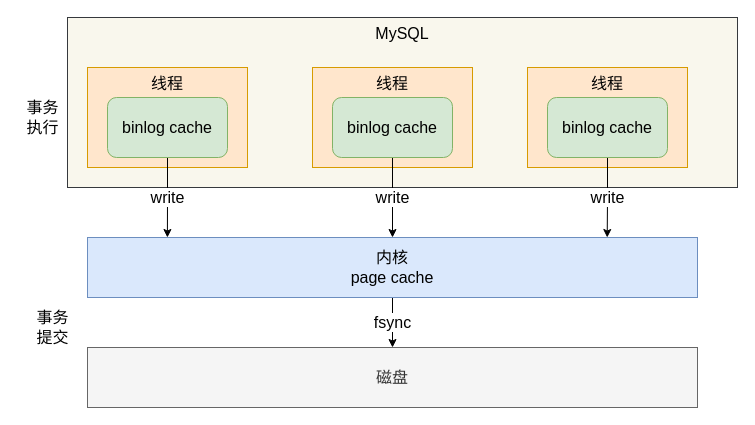
The draw.io diagram mysql/日志/binlog cache.drawio in xiaolincoder/ImageHost4, before the edit. Source tidied: cells renumbered, new cells numbered last; positions are measured from the earlier drawing's top-left corner, leaving out a move shared by most shapes. Both pictures are drawn from the tidied source at 100%, with x=0, y=0 at pixel (17, 17).
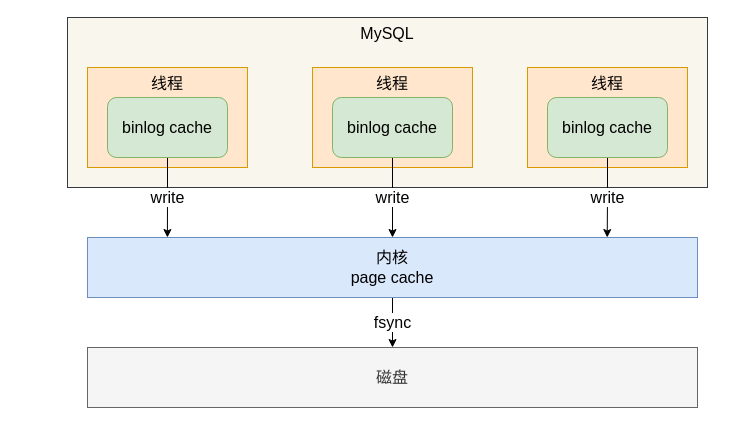
Above is the later version.

The edit, as a diff of the source:
```diff
@@
 <mxGraphModel>
   <root>
     <mxCell id="0" />
     <mxCell id="1" parent="0" />
     <mxCell id="2" value="MySQL" style="rounded=0;whiteSpace=wrap;html=1;fontSize=16;verticalAlign=top;fillColor=#f9f7ed;strokeColor=#36393d;" parent="1" vertex="1">
-      <mxGeometry x="50" width="670" height="170" as="geometry" />
+      <mxGeometry x="50" width="640" height="170" as="geometry" />
     </mxCell>
     <mxCell id="3" value="线程" style="rounded=0;whiteSpace=wrap;html=1;fontSize=16;verticalAlign=top;fillColor=#ffe6cc;strokeColor=#d79b00;" parent="1" vertex="1">
       <mxGeometry x="70" y="50" width="160" height="100" as="geometry" />
     </mxCell>
     <mxCell id="4" value="write" style="edgeStyle=orthogonalEdgeStyle;rounded=0;jettySize=auto;html=1;entryX=0.131;entryY=0;entryDx=0;entryDy=0;entryPerimeter=0;fontSize=16;" parent="1" edge="1" source="5" target="13">
       <mxGeometry relative="1" as="geometry" />
     </mxCell>
     <mxCell id="5" value="binlog cache" style="rounded=1;whiteSpace=wrap;html=1;fontSize=16;fillColor=#d5e8d4;strokeColor=#82b366;" parent="1" vertex="1">
       <mxGeometry x="90" y="80" width="120" height="60" as="geometry" />
     </mxCell>
     <mxCell id="6" value="线程" style="rounded=0;whiteSpace=wrap;html=1;fontSize=16;verticalAlign=top;fillColor=#ffe6cc;strokeColor=#d79b00;" parent="1" vertex="1">
       <mxGeometry x="295" y="50" width="160" height="100" as="geometry" />
     </mxCell>
     <mxCell id="7" value="&lt;span style=&quot;color: rgb(0, 0, 0); font-family: Helvetica; font-size: 16px; font-style: normal; font-variant-ligatures: normal; font-variant-caps: normal; font-weight: 400; letter-spacing: normal; orphans: 2; text-align: center; text-indent: 0px; text-transform: none; widows: 2; word-spacing: 0px; -webkit-text-stroke-width: 0px; background-color: rgb(255, 255, 255); text-decoration-thickness: initial; text-decoration-style: initial; text-decoration-color: initial; float: none; display: inline !important;&quot;&gt;write&lt;/span&gt;" style="edgeStyle=orthogonalEdgeStyle;rounded=0;jettySize=auto;html=1;entryX=0.5;entryY=0;entryDx=0;entryDy=0;fontSize=16;" parent="1" edge="1" source="8" target="13">
       <mxGeometry relative="1" as="geometry" />
     </mxCell>
     <mxCell id="8" value="binlog cache" style="rounded=1;whiteSpace=wrap;html=1;fontSize=16;fillColor=#d5e8d4;strokeColor=#82b366;" parent="1" vertex="1">
       <mxGeometry x="315" y="80" width="120" height="60" as="geometry" />
     </mxCell>
     <mxCell id="9" value="线程" style="rounded=0;whiteSpace=wrap;html=1;fontSize=16;verticalAlign=top;fillColor=#ffe6cc;strokeColor=#d79b00;" parent="1" vertex="1">
       <mxGeometry x="510" y="50" width="160" height="100" as="geometry" />
     </mxCell>
     <mxCell id="10" value="&lt;span style=&quot;color: rgb(0, 0, 0); font-family: Helvetica; font-size: 16px; font-style: normal; font-variant-ligatures: normal; font-variant-caps: normal; font-weight: 400; letter-spacing: normal; orphans: 2; text-align: center; text-indent: 0px; text-transform: none; widows: 2; word-spacing: 0px; -webkit-text-stroke-width: 0px; background-color: rgb(255, 255, 255); text-decoration-thickness: initial; text-decoration-style: initial; text-decoration-color: initial; float: none; display: inline !important;&quot;&gt;write&lt;/span&gt;" style="edgeStyle=orthogonalEdgeStyle;rounded=0;jettySize=auto;html=1;entryX=0.852;entryY=0;entryDx=0;entryDy=0;entryPerimeter=0;fontSize=16;" parent="1" edge="1" source="11" target="13">
       <mxGeometry relative="1" as="geometry" />
     </mxCell>
     <mxCell id="11" value="binlog cache" style="rounded=1;whiteSpace=wrap;html=1;fontSize=16;fillColor=#d5e8d4;strokeColor=#82b366;" parent="1" vertex="1">
       <mxGeometry x="530" y="80" width="120" height="60" as="geometry" />
     </mxCell>
     <mxCell id="12" value="fsync" style="edgeStyle=orthogonalEdgeStyle;rounded=0;jettySize=auto;html=1;entryX=0.5;entryY=0;entryDx=0;entryDy=0;fontSize=16;" parent="1" edge="1" source="13" target="14">
       <mxGeometry relative="1" as="geometry" />
     </mxCell>
     <mxCell id="13" value="内核 &lt;br&gt;page cache" style="rounded=0;whiteSpace=wrap;html=1;fontSize=16;fillColor=#dae8fc;strokeColor=#6c8ebf;" parent="1" vertex="1">
       <mxGeometry x="70" y="220" width="610" height="60" as="geometry" />
     </mxCell>
     <mxCell id="14" value="磁盘" style="rounded=0;whiteSpace=wrap;html=1;fontSize=16;fillColor=#f5f5f5;fontColor=#333333;strokeColor=#666666;" parent="1" vertex="1">
       <mxGeometry x="70" y="330" width="610" height="60" as="geometry" />
     </mxCell>
-    <mxCell id="15" value="事务&lt;br&gt;执行" style="text;html=1;align=center;verticalAlign=middle;strokeColor=none;fillColor=none;fontSize=16;" parent="1" vertex="1">
-      <mxGeometry y="80" width="50" height="40" as="geometry" />
-    </mxCell>
-    <mxCell id="16" value="事务&lt;br&gt;提交" style="text;html=1;align=center;verticalAlign=middle;strokeColor=none;fillColor=none;fontSize=16;" parent="1" vertex="1">
-      <mxGeometry x="10" y="290" width="50" height="40" as="geometry" />
-    </mxCell>
   </root>
 </mxGraphModel>
```
